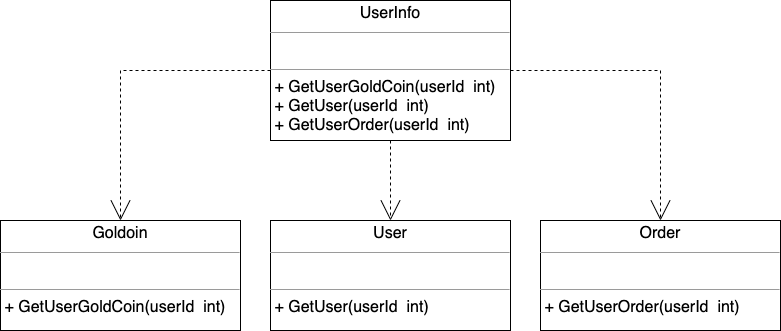
Before: img/pattern-facade.png, a diagram exported from draw.io (boilingfrog/design-pattern-learning). Source tidied: cells renumbered, new cells last; positions are measured from the earlier drawing's top-left corner, leaving out a move shared by most shapes.
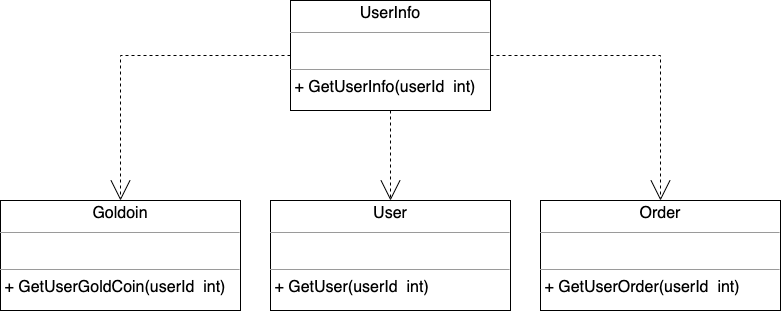
After the commit.

What changed in the source:
```diff
@@ -20,8 +20,8 @@
     <mxCell id="7" style="edgeStyle=orthogonalEdgeStyle;rounded=0;jumpSize=0;jettySize=auto;html=1;entryX=0.5;entryY=0;entryDx=0;entryDy=0;dashed=1;startArrow=none;startFill=0;endArrow=open;endFill=0;startSize=18;endSize=18;sourcePerimeterSpacing=18;targetPerimeterSpacing=18;strokeWidth=1;exitX=0.5;exitY=1;exitDx=0;exitDy=0;" parent="1" edge="1" source="8" target="3">
       <mxGeometry relative="1" as="geometry" />
     </mxCell>
-    <mxCell id="8" value="&lt;p style=&quot;text-align: center ; margin: 4px 0px 0px&quot;&gt;&lt;span style=&quot;font-size: 16px&quot;&gt;UserInfo&lt;/span&gt;&lt;/p&gt;&lt;hr size=&quot;1&quot; style=&quot;font-size: 18px&quot;&gt;&lt;p style=&quot;margin: 0px 0px 0px 4px ; font-size: 16px&quot;&gt;&lt;br&gt;&lt;/p&gt;&lt;hr size=&quot;1&quot; style=&quot;font-size: 16px&quot;&gt;&lt;span style=&quot;font-size: 16px&quot;&gt;&amp;nbsp;+ GetUserGoldCoin(userId&amp;nbsp; int)&lt;br&gt;&lt;/span&gt;&lt;span style=&quot;font-size: 16px&quot;&gt;&amp;nbsp;+ GetUser(userId&amp;nbsp; int)&lt;br&gt;&lt;/span&gt;&lt;span style=&quot;font-size: 16px&quot;&gt;&amp;nbsp;+ GetUserOrder(userId&amp;nbsp; int)&lt;/span&gt;&lt;span style=&quot;font-size: 16px&quot;&gt;&lt;br&gt;&lt;/span&gt;" style="verticalAlign=top;align=left;overflow=fill;fontSize=12;fontFamily=Helvetica;html=1;" parent="1" vertex="1">
-      <mxGeometry x="270" width="240" height="140" as="geometry" />
+    <mxCell id="8" value="&lt;p style=&quot;text-align: center ; margin: 4px 0px 0px&quot;&gt;&lt;span style=&quot;font-size: 16px&quot;&gt;UserInfo&lt;/span&gt;&lt;/p&gt;&lt;hr size=&quot;1&quot; style=&quot;font-size: 18px&quot;&gt;&lt;p style=&quot;margin: 0px 0px 0px 4px ; font-size: 16px&quot;&gt;&lt;br&gt;&lt;/p&gt;&lt;hr size=&quot;1&quot; style=&quot;font-size: 16px&quot;&gt;&lt;span style=&quot;font-size: 16px&quot;&gt;&amp;nbsp;+ GetUserInfo(userId&amp;nbsp; int)&lt;/span&gt;&lt;span style=&quot;font-size: 16px&quot;&gt;&lt;br&gt;&lt;/span&gt;" style="verticalAlign=top;align=left;overflow=fill;fontSize=12;fontFamily=Helvetica;html=1;" parent="1" vertex="1">
+      <mxGeometry x="290" y="20" width="200" height="110" as="geometry" />
     </mxCell>
   </root>
 </mxGraphModel>
```
